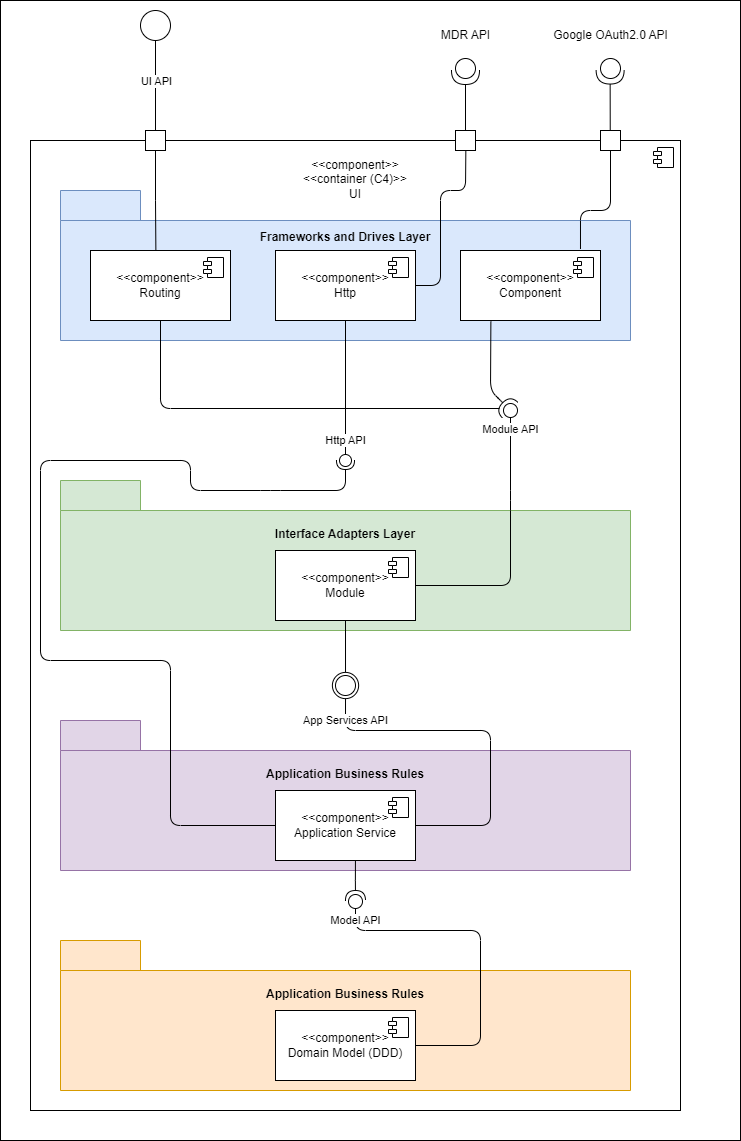
Before: docs/global-artifacts/03.design/logical-view/level-3/png/N3-VL-UI.png, a diagram exported from draw.io (vscosousa/LAPR5_3DC_G15). Source tidied: cells renumbered, new cells last; positions are measured from the earlier drawing's top-left corner, leaving out a move shared by most shapes.
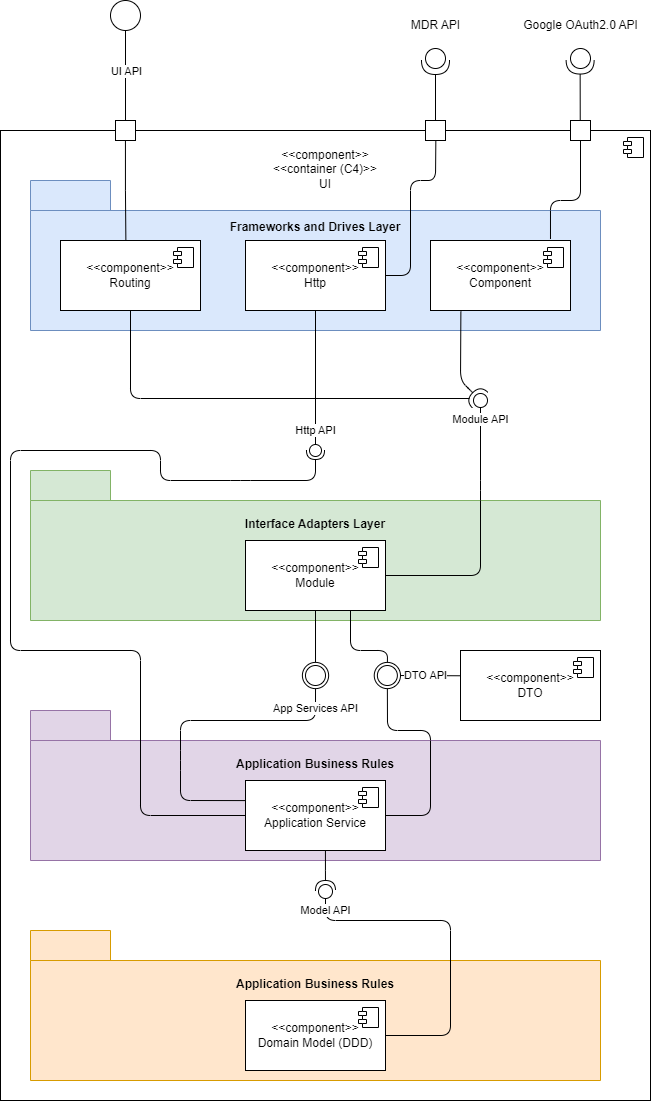
After the commit.

Diff of the diagram source:
```diff
@@ -1,19 +1,6 @@
 <mxGraphModel>
   <root>
     <mxCell id="0" />
-    <mxCell id="1" value="Untitled Layer" parent="0" />
-    <mxCell id="2" style="rounded=0;whiteSpace=wrap;html=1;" parent="1" vertex="1">
-      <mxGeometry x="340" y="260" width="120" height="60" as="geometry" />
-    </mxCell>
-    <mxCell id="3" style="rounded=0;whiteSpace=wrap;html=1;" parent="1" vertex="1">
-      <mxGeometry x="340" y="260" width="120" height="60" as="geometry" />
-    </mxCell>
-    <mxCell id="4" style="rounded=0;whiteSpace=wrap;html=1;" parent="1" vertex="1">
-      <mxGeometry x="340" y="260" width="120" height="60" as="geometry" />
-    </mxCell>
-    <mxCell id="5" style="rounded=0;whiteSpace=wrap;html=1;" parent="1" vertex="1">
-      <mxGeometry width="740" height="1140" as="geometry" />
-    </mxCell>
     <mxCell id="6" parent="0" />
     <mxCell id="7" value="&amp;lt;&amp;lt;component&amp;gt;&amp;gt;&lt;div&gt;&amp;lt;&amp;lt;container (C4)&amp;gt;&amp;gt;&lt;/div&gt;&lt;div&gt;UI&lt;/div&gt;&lt;div&gt;&lt;br&gt;&lt;/div&gt;&lt;div&gt;&lt;br&gt;&lt;/div&gt;&lt;div&gt;&lt;br&gt;&lt;/div&gt;&lt;div&gt;&lt;br&gt;&lt;/div&gt;&lt;div&gt;&lt;br&gt;&lt;/div&gt;&lt;div&gt;&lt;br&gt;&lt;/div&gt;&lt;div&gt;&lt;br&gt;&lt;/div&gt;&lt;div&gt;&lt;br&gt;&lt;/div&gt;&lt;div&gt;&lt;br&gt;&lt;/div&gt;&lt;div&gt;&lt;br&gt;&lt;/div&gt;&lt;div&gt;&lt;br&gt;&lt;/div&gt;&lt;div&gt;&lt;br&gt;&lt;/div&gt;&lt;div&gt;&lt;br&gt;&lt;/div&gt;&lt;div&gt;&lt;br&gt;&lt;/div&gt;&lt;div&gt;&lt;br&gt;&lt;/div&gt;&lt;div&gt;&lt;br&gt;&lt;/div&gt;&lt;div&gt;&lt;br&gt;&lt;/div&gt;&lt;div&gt;&lt;br&gt;&lt;/div&gt;&lt;div&gt;&lt;br&gt;&lt;/div&gt;&lt;div&gt;&lt;br&gt;&lt;/div&gt;&lt;div&gt;&lt;br&gt;&lt;/div&gt;&lt;div&gt;&lt;br&gt;&lt;/div&gt;&lt;div&gt;&lt;br&gt;&lt;/div&gt;&lt;div&gt;&lt;br&gt;&lt;/div&gt;&lt;div&gt;&lt;br&gt;&lt;/div&gt;&lt;div&gt;&lt;br&gt;&lt;/div&gt;&lt;div&gt;&lt;br&gt;&lt;/div&gt;&lt;div&gt;&lt;br&gt;&lt;/div&gt;&lt;div&gt;&lt;br&gt;&lt;/div&gt;&lt;div&gt;&lt;br&gt;&lt;/div&gt;&lt;div&gt;&lt;br&gt;&lt;/div&gt;&lt;div&gt;&lt;br&gt;&lt;/div&gt;&lt;div&gt;&lt;br&gt;&lt;/div&gt;&lt;div&gt;&lt;br&gt;&lt;/div&gt;&lt;div&gt;&lt;br&gt;&lt;/div&gt;&lt;div&gt;&lt;br&gt;&lt;/div&gt;&lt;div&gt;&lt;br&gt;&lt;/div&gt;&lt;div&gt;&lt;br&gt;&lt;/div&gt;&lt;div&gt;&lt;br&gt;&lt;/div&gt;&lt;div&gt;&lt;br&gt;&lt;/div&gt;&lt;div&gt;&lt;br&gt;&lt;/div&gt;&lt;div&gt;&lt;br&gt;&lt;/div&gt;&lt;div&gt;&lt;br&gt;&lt;/div&gt;&lt;div&gt;&lt;br&gt;&lt;/div&gt;&lt;div&gt;&lt;br&gt;&lt;/div&gt;&lt;div&gt;&lt;br&gt;&lt;/div&gt;&lt;div&gt;&lt;br&gt;&lt;/div&gt;&lt;div&gt;&lt;br&gt;&lt;/div&gt;&lt;div&gt;&lt;br&gt;&lt;/div&gt;&lt;div&gt;&lt;br&gt;&lt;/div&gt;&lt;div&gt;&lt;br&gt;&lt;/div&gt;&lt;div&gt;&lt;br&gt;&lt;/div&gt;&lt;div&gt;&lt;br&gt;&lt;/div&gt;&lt;div&gt;&lt;br&gt;&lt;/div&gt;&lt;div&gt;&lt;br&gt;&lt;/div&gt;&lt;div&gt;&lt;br&gt;&lt;/div&gt;&lt;div&gt;&lt;br&gt;&lt;/div&gt;&lt;div&gt;&lt;br&gt;&lt;/div&gt;&lt;div&gt;&lt;br&gt;&lt;/div&gt;&lt;div&gt;&lt;br&gt;&lt;/div&gt;&lt;div&gt;&lt;br&gt;&lt;/div&gt;&lt;div&gt;&lt;br&gt;&lt;/div&gt;" style="html=1;whiteSpace=wrap;" parent="6" vertex="1">
       <mxGeometry x="30" y="140" width="650" height="970" as="geometry" />
@@ -63,6 +50,14 @@
         </Array>
       </mxGeometry>
     </mxCell>
+    <mxCell id="53" style="edgeStyle=none;html=1;entryX=0.5;entryY=0;entryDx=0;entryDy=0;endArrow=none;endFill=0;exitX=0.75;exitY=1;exitDx=0;exitDy=0;" parent="6" edge="1" source="18" target="58">
+      <mxGeometry relative="1" as="geometry">
+        <Array as="points">
+          <mxPoint x="380" y="660" />
+          <mxPoint x="417" y="660" />
+        </Array>
+      </mxGeometry>
+    </mxCell>
     <mxCell id="18" value="&amp;lt;&amp;lt;component&amp;gt;&amp;gt;&lt;div&gt;Module&lt;/div&gt;" style="html=1;whiteSpace=wrap;" parent="6" vertex="1">
       <mxGeometry x="275" y="550" width="140" height="70" as="geometry" />
     </mxCell>
@@ -76,11 +71,12 @@
         <mxPoint x="355" y="900" as="targetPoint" />
       </mxGeometry>
     </mxCell>
-    <mxCell id="21" value="App Services API" style="edgeStyle=none;html=1;entryX=0.5;entryY=1;entryDx=0;entryDy=0;endArrow=none;endFill=0;endSize=5;exitX=1;exitY=0.5;exitDx=0;exitDy=0;" parent="6" edge="1" source="23" target="43">
+    <mxCell id="21" value="App Services API" style="edgeStyle=none;html=1;entryX=0.5;entryY=1;entryDx=0;entryDy=0;endArrow=none;endFill=0;endSize=5;exitX=0.005;exitY=0.287;exitDx=0;exitDy=0;exitPerimeter=0;" parent="6" edge="1" source="23" target="43">
       <mxGeometry x="0.87" relative="1" as="geometry">
         <Array as="points">
-          <mxPoint x="490" y="825" />
-          <mxPoint x="490" y="730" />
+          <mxPoint x="210" y="810" />
+          <mxPoint x="210" y="770" />
+          <mxPoint x="210" y="730" />
           <mxPoint x="345" y="730" />
         </Array>
       </mxGeometry>
@@ -231,5 +227,37 @@
     <mxCell id="52" value="Google OAuth2.0 API" style="text;html=1;align=center;verticalAlign=middle;strokeColor=none;fillColor=none;" parent="6" vertex="1">
       <mxGeometry x="540" y="20" width="140" height="30" as="geometry" />
     </mxCell>
+    <mxCell id="54" style="edgeStyle=none;html=1;exitX=1;exitY=0.5;exitDx=0;exitDy=0;entryX=-0.001;entryY=0.361;entryDx=0;entryDy=0;entryPerimeter=0;endArrow=none;endFill=0;" parent="6" edge="1" source="57" target="59">
+      <mxGeometry relative="1" as="geometry" />
+    </mxCell>
+    <mxCell id="55" style="edgeStyle=none;html=1;exitX=0.5;exitY=1;exitDx=0;exitDy=0;entryX=1;entryY=0.5;entryDx=0;entryDy=0;endArrow=none;endFill=0;" parent="6" edge="1" source="57" target="23">
+      <mxGeometry relative="1" as="geometry">
+        <Array as="points">
+          <mxPoint x="417" y="740" />
+          <mxPoint x="460" y="740" />
+          <mxPoint x="460" y="825" />
+        </Array>
+      </mxGeometry>
+    </mxCell>
+    <mxCell id="56" value="DTO API" style="edgeLabel;html=1;align=center;verticalAlign=middle;" parent="55" vertex="1">
+      <mxGeometry x="-0.89" relative="1" as="geometry">
+        <mxPoint x="38" y="-25" as="offset" />
+      </mxGeometry>
+    </mxCell>
+    <mxCell id="57" style="ellipse;whiteSpace=wrap;html=1;" parent="6" vertex="1">
+      <mxGeometry x="403.8" y="671.9" width="26.2" height="26.2" as="geometry" />
+    </mxCell>
+    <mxCell id="58" style="ellipse;whiteSpace=wrap;html=1;" parent="6" vertex="1">
+      <mxGeometry x="406.9" y="675" width="20" height="20" as="geometry" />
+    </mxCell>
+    <mxCell id="1" value="Untitled Layer" parent="0" />
+    <mxCell id="59" value="&amp;lt;&amp;lt;component&amp;gt;&amp;gt;&lt;div&gt;DTO&lt;/div&gt;" style="html=1;whiteSpace=wrap;" parent="1" vertex="1">
+      <mxGeometry x="490" y="660" width="140" height="70" as="geometry" />
+    </mxCell>
+    <mxCell id="60" style="shape=module;jettyWidth=8;jettyHeight=4;" parent="59" vertex="1">
+      <mxGeometry x="1" width="20" height="20" relative="1" as="geometry">
+        <mxPoint x="-27" y="7" as="offset" />
+      </mxGeometry>
+    </mxCell>
   </root>
 </mxGraphModel>
```
